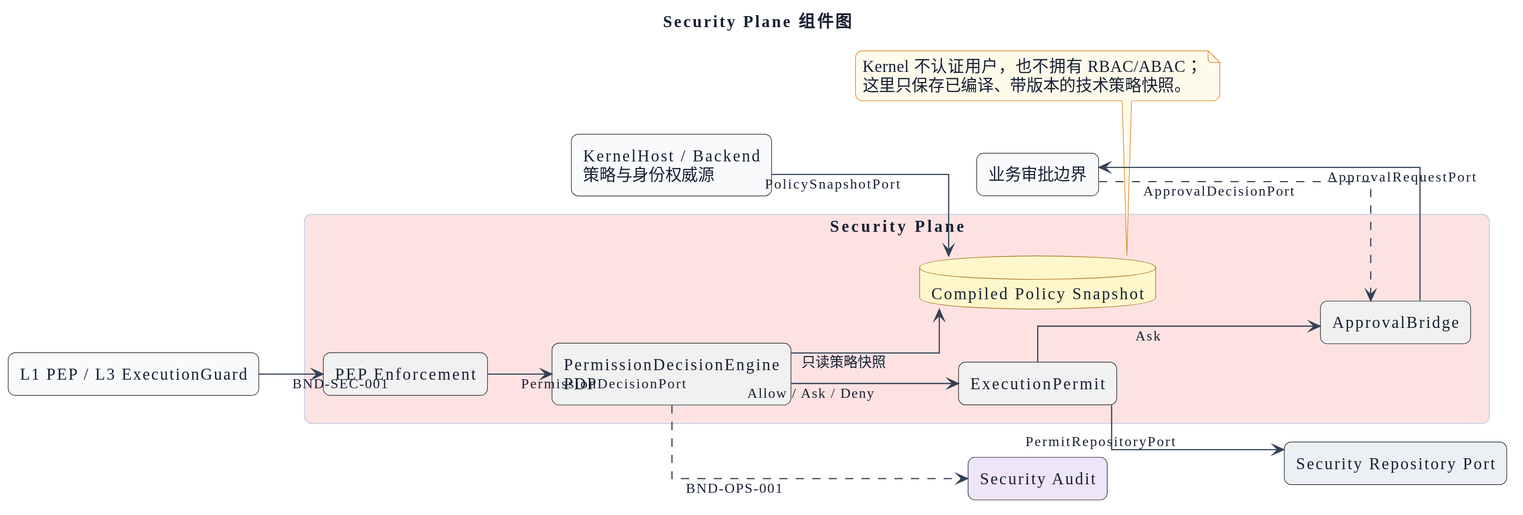
Above: packages/lawclaw-agent-kernel/docs/design/diagrams/rendered/layers/03-security-plane-components.svg in OscarChang46/pi (PlantUML), before the change. Its diagram source:
```plantuml
@startuml
!include ../theme.puml
title Security Plane 组件图
left to right direction

rectangle "KernelHost / Backend\n策略与身份权威源" as HOST LC_EXTERNAL
rectangle "L1 PEP / L3 ExecutionGuard" as PEP_CALLERS LC_EXTERNAL
package "Security Plane" LC_DANGER {
  component "PermissionDecisionEngine\nPDP" as PDP
  component "ExecutionPermit" as PERMIT
  component "PEP Enforcement" as PEP
  component "ApprovalBridge" as APPROVAL
  database "Compiled Policy Snapshot" as POLICY
}
rectangle "业务审批边界" as BUSINESS LC_EXTERNAL
rectangle "Security Repository Port" as INFRA LC_INFRASTRUCTURE
rectangle "Security Audit" as OPS LC_OPERATIONS

HOST --> POLICY : PolicySnapshotPort
PEP_CALLERS --> PEP : BND-SEC-001
PEP --> PDP : PermissionDecisionPort
PDP --> POLICY : 只读策略快照
PDP --> PERMIT : Allow / Ask / Deny
PERMIT --> APPROVAL : Ask
APPROVAL --> BUSINESS : ApprovalRequestPort
BUSINESS ..> APPROVAL : ApprovalDecisionPort
PERMIT --> INFRA : PermitRepositoryPort
PDP ..> OPS : BND-OPS-001

note bottom of POLICY
  Kernel 不认证用户，也不拥有 RBAC/ABAC；
  这里只保存已编译、带版本的技术策略快照。
end note
@enduml
```
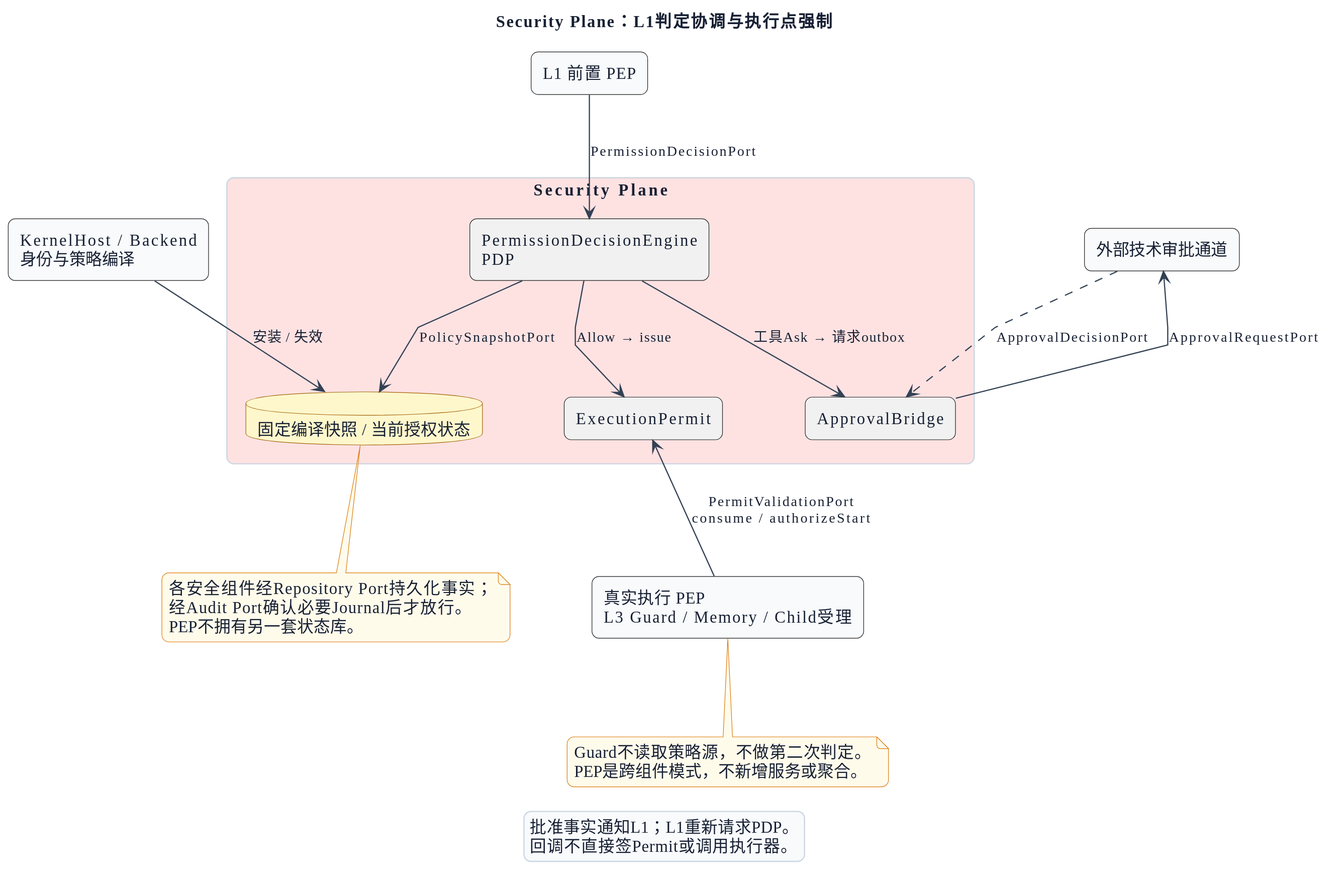
Above is the later version.

Change to the diagram source:
```diff
@@ -1,34 +1,39 @@
 @startuml
 !include ../theme.puml
-title Security Plane 组件图
-left to right direction
-
-rectangle "KernelHost / Backend\n策略与身份权威源" as HOST LC_EXTERNAL
-rectangle "L1 PEP / L3 ExecutionGuard" as PEP_CALLERS LC_EXTERNAL
+title Security Plane：L1判定协调与执行点强制
+top to bottom direction
+skinparam linetype polyline
+skinparam nodesep 70
+skinparam ranksep 80
+rectangle "KernelHost / Backend\n身份与策略编译" as HOST LC_EXTERNAL
+rectangle "L1 前置 PEP" as L1PEP LC_EXTERNAL
+rectangle "真实执行 PEP\nL3 Guard / Memory / Child受理" as GUARD LC_EXTERNAL
 package "Security Plane" LC_DANGER {
-  component "PermissionDecisionEngine\nPDP" as PDP
-  component "ExecutionPermit" as PERMIT
-  component "PEP Enforcement" as PEP
-  component "ApprovalBridge" as APPROVAL
-  database "Compiled Policy Snapshot" as POLICY
+ component "PermissionDecisionEngine\nPDP" as PDP
+ component "ExecutionPermit" as PERMIT
+ component "ApprovalBridge" as APPROVAL
+ database "固定编译快照 / 当前授权状态" as POLICY
 }
-rectangle "业务审批边界" as BUSINESS LC_EXTERNAL
-rectangle "Security Repository Port" as INFRA LC_INFRASTRUCTURE
-rectangle "Security Audit" as OPS LC_OPERATIONS
-
-HOST --> POLICY : PolicySnapshotPort
-PEP_CALLERS --> PEP : BND-SEC-001
-PEP --> PDP : PermissionDecisionPort
-PDP --> POLICY : 只读策略快照
-PDP --> PERMIT : Allow / Ask / Deny
-PERMIT --> APPROVAL : Ask
+rectangle "外部技术审批通道" as BUSINESS LC_EXTERNAL
+HOST --> POLICY : 安装 / 失效
+L1PEP -down-> PDP : PermissionDecisionPort
+PDP --> POLICY : PolicySnapshotPort
+PDP -down-> PERMIT : Allow → issue
+PDP -down-> APPROVAL : 工具Ask → 请求outbox
 APPROVAL --> BUSINESS : ApprovalRequestPort
 BUSINESS ..> APPROVAL : ApprovalDecisionPort
-PERMIT --> INFRA : PermitRepositoryPort
-PDP ..> OPS : BND-OPS-001
-
+GUARD -up-> PERMIT : PermitValidationPort\nconsume / authorizeStart
+legend bottom
+ 批准事实通知L1；L1重新请求PDP。
+ 回调不直接签Permit或调用执行器。
+endlegend
 note bottom of POLICY
-  Kernel 不认证用户，也不拥有 RBAC/ABAC；
-  这里只保存已编译、带版本的技术策略快照。
+ 各安全组件经Repository Port持久化事实；
+ 经Audit Port确认必要Journal后才放行。
+ PEP不拥有另一套状态库。
+end note
+note bottom of GUARD
+ Guard不读取策略源，不做第二次判定。
+ PEP是跨组件模式，不新增服务或聚合。
 end note
 @enduml
```
